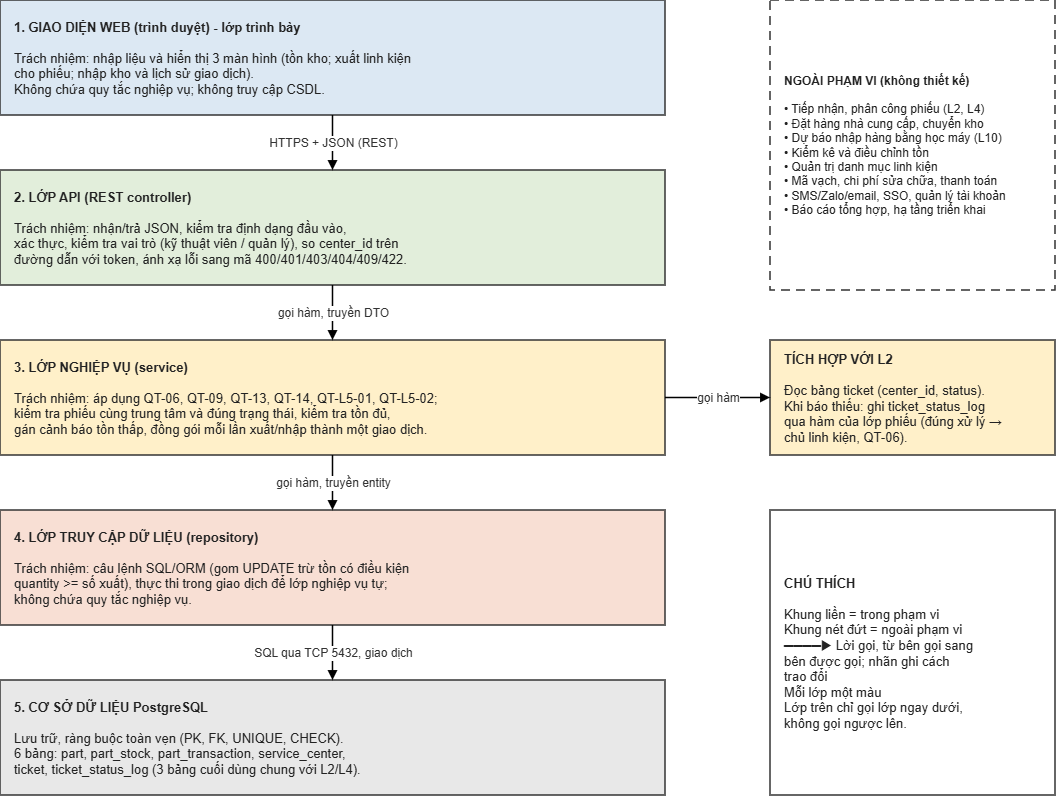
This is docs/export/architecture.png from MinhTuan-png/smartcrm-2374802010543-spare-parts-warehouse, a draw.io export, as it was before one commit. Source tidied: cells renumbered, new cells last; positions are measured from the earlier drawing's top-left corner, leaving out a move shared by most shapes. The source it was exported from:
```xml
<mxGraphModel>
  <root>
    <mxCell id="0" />
    <mxCell id="1" parent="0" />
    <mxCell id="2" value="&lt;b&gt;1. GIAO DIỆN WEB (trình duyệt) - lớp trình bày&lt;/b&gt;&lt;br&gt;&lt;br&gt;Trách nhiệm: nhập liệu và hiển thị 3 màn hình (tồn kho; xuất linh kiện&lt;br&gt;cho phiếu; nhập kho và lịch sử giao dịch).&lt;br&gt;Không chứa quy tắc nghiệp vụ; không truy cập CSDL." style="rounded=0;whiteSpace=wrap;html=1;align=left;verticalAlign=middle;spacingLeft=12;spacingRight=10;fontSize=13;fontColor=#222222;strokeColor=#333333;strokeWidth=1.5;fillColor=#DCE8F3;" parent="1" vertex="1">
      <mxGeometry width="665" height="115" as="geometry" />
    </mxCell>
    <mxCell id="3" value="&lt;b&gt;2. LỚP API (REST controller)&lt;/b&gt;&lt;br&gt;&lt;br&gt;Trách nhiệm: nhận/trả JSON, kiểm tra định dạng đầu vào,&lt;br&gt;xác thực, kiểm tra vai trò (kỹ thuật viên / quản lý), so center_id trên&lt;br&gt;đường dẫn với token, ánh xạ lỗi sang mã 400/401/403/404/409/422." style="rounded=0;whiteSpace=wrap;html=1;align=left;verticalAlign=middle;spacingLeft=12;spacingRight=10;fontSize=13;fontColor=#222222;strokeColor=#333333;strokeWidth=1.5;fillColor=#E2EEDB;" parent="1" vertex="1">
      <mxGeometry y="170" width="665" height="115" as="geometry" />
    </mxCell>
    <mxCell id="4" value="&lt;b&gt;3. LỚP NGHIỆP VỤ (service)&lt;/b&gt;&lt;br&gt;&lt;br&gt;Trách nhiệm: áp dụng QT-06, QT-09, QT-13, QT-14, QT-L5-01, QT-L5-02;&lt;br&gt;kiểm tra phiếu cùng trung tâm và đúng trạng thái, kiểm tra tồn đủ,&lt;br&gt;gán cảnh báo tồn thấp, đồng gói mỗi lần xuất/nhập thành một giao dịch." style="rounded=0;whiteSpace=wrap;html=1;align=left;verticalAlign=middle;spacingLeft=12;spacingRight=10;fontSize=13;fontColor=#222222;strokeColor=#333333;strokeWidth=1.5;fillColor=#FFF0C9;" parent="1" vertex="1">
      <mxGeometry y="340" width="665" height="115" as="geometry" />
    </mxCell>
    <mxCell id="5" value="&lt;b&gt;4. LỚP TRUY CẬP DỮ LIỆU (repository)&lt;/b&gt;&lt;br&gt;&lt;br&gt;Trách nhiệm: câu lệnh SQL/ORM (gom UPDATE trừ tồn có điều kiện&lt;br&gt;quantity &amp;gt;= số xuất), thực thi trong giao dịch để lớp nghiệp vụ tự;&lt;br&gt;không chứa quy tắc nghiệp vụ." style="rounded=0;whiteSpace=wrap;html=1;align=left;verticalAlign=middle;spacingLeft=12;spacingRight=10;fontSize=13;fontColor=#222222;strokeColor=#333333;strokeWidth=1.5;fillColor=#F8DFD4;" parent="1" vertex="1">
      <mxGeometry y="510" width="665" height="115" as="geometry" />
    </mxCell>
    <mxCell id="6" value="&lt;b&gt;5. CƠ SỞ DỮ LIỆU PostgreSQL&lt;/b&gt;&lt;br&gt;&lt;br&gt;Lưu trữ, ràng buộc toàn vẹn (PK, FK, UNIQUE, CHECK).&lt;br&gt;6 bảng: part, part_stock, part_transaction, service_center,&lt;br&gt;ticket, ticket_status_log (3 bảng cuối dùng chung với L2/L4)." style="rounded=0;whiteSpace=wrap;html=1;align=left;verticalAlign=middle;spacingLeft=12;spacingRight=10;fontSize=13;fontColor=#222222;strokeColor=#333333;strokeWidth=1.5;fillColor=#E8E8E8;" parent="1" vertex="1">
      <mxGeometry y="680" width="665" height="115" as="geometry" />
    </mxCell>
    <mxCell id="7" value="&lt;b&gt;NGOÀI PHẠM VI (không thiết kế)&lt;/b&gt;&lt;br&gt;&lt;br&gt;• Tiếp nhận, phân công phiếu (L2, L4)&lt;br&gt;• Đặt hàng nhà cung cấp, chuyển kho&lt;br&gt;• Dự báo nhập hàng bằng học máy (L10)&lt;br&gt;• Kiểm kê và điều chỉnh tồn&lt;br&gt;• Quản trị danh mục linh kiện&lt;br&gt;• Mã vạch, chi phí sửa chữa, thanh toán&lt;br&gt;• SMS/Zalo/email, SSO, quản lý tài khoản&lt;br&gt;• Báo cáo tổng hợp, hạ tầng triển khai" style="rounded=0;whiteSpace=wrap;html=1;align=left;verticalAlign=middle;spacingLeft=12;spacingRight=8;fontSize=12;fontColor=#222222;strokeColor=#333333;strokeWidth=1.5;dashed=1;dashPattern=6 4;fillColor=#FFFFFF;" parent="1" vertex="1">
      <mxGeometry x="770" width="285" height="290" as="geometry" />
    </mxCell>
    <mxCell id="8" value="&lt;b&gt;TÍCH HỢP VỚI L2&lt;/b&gt;&lt;br&gt;&lt;br&gt;Đọc bảng ticket (center_id, status).&lt;br&gt;Khi báo thiếu: ghi ticket_status_log&lt;br&gt;qua hàm của lớp phiếu (đúng xử lý →&lt;br&gt;chủ linh kiện, QT-06)." style="rounded=0;whiteSpace=wrap;html=1;align=left;verticalAlign=middle;spacingLeft=12;spacingRight=10;fontSize=13;fontColor=#222222;strokeColor=#333333;strokeWidth=1.5;fillColor=#FFF0C9;" parent="1" vertex="1">
      <mxGeometry x="770" y="340" width="285" height="115" as="geometry" />
    </mxCell>
    <mxCell id="9" value="&lt;b&gt;CHÚ THÍCH&lt;/b&gt;&lt;br&gt;&lt;br&gt;Khung liền = trong phạm vi&lt;br&gt;Khung nét đứt = ngoài phạm vi&lt;br&gt;────▶ Lời gọi, từ bên gọi sang&lt;br&gt;bên được gọi; nhãn ghi cách&lt;br&gt;trao đổi&lt;br&gt;Mỗi lớp một màu&lt;br&gt;Lớp trên chỉ gọi lớp ngay dưới,&lt;br&gt;không gọi ngược lên." style="rounded=0;whiteSpace=wrap;html=1;align=left;verticalAlign=middle;spacingLeft=12;spacingRight=10;fontSize=13;fontColor=#222222;strokeColor=#333333;strokeWidth=1.5;fillColor=#FFFFFF;" parent="1" vertex="1">
      <mxGeometry x="770" y="510" width="285" height="285" as="geometry" />
    </mxCell>
    <mxCell id="10" value="HTTPS + JSON (REST)" style="edgeStyle=orthogonalEdgeStyle;rounded=0;jettySize=auto;html=1;endArrow=block;endFill=1;strokeWidth=1.5;fontSize=12;fontColor=#333333;labelBackgroundColor=#FFFFFF;" parent="1" edge="1" source="2" target="3">
      <mxGeometry relative="1" as="geometry" />
    </mxCell>
    <mxCell id="11" value="gọi hàm, truyền DTO" style="edgeStyle=orthogonalEdgeStyle;rounded=0;jettySize=auto;html=1;endArrow=block;endFill=1;strokeWidth=1.5;fontSize=12;fontColor=#333333;" parent="1" edge="1" source="3" target="4">
      <mxGeometry relative="1" as="geometry" />
    </mxCell>
    <mxCell id="12" value="gọi hàm, truyền entity" style="edgeStyle=orthogonalEdgeStyle;rounded=0;jettySize=auto;html=1;endArrow=block;endFill=1;strokeWidth=1.5;fontSize=12;fontColor=#333333;" parent="1" edge="1" source="4" target="5">
      <mxGeometry relative="1" as="geometry" />
    </mxCell>
    <mxCell id="13" value="SQL qua TCP 5432, giao dịch" style="edgeStyle=orthogonalEdgeStyle;rounded=0;jettySize=auto;html=1;endArrow=block;endFill=1;strokeWidth=1.5;fontSize=12;fontColor=#333333;" parent="1" edge="1" source="5" target="6">
      <mxGeometry relative="1" as="geometry" />
    </mxCell>
    <mxCell id="14" value="gọi hàm" style="edgeStyle=orthogonalEdgeStyle;rounded=0;jettySize=auto;html=1;endArrow=block;endFill=1;strokeWidth=1.5;fontSize=12;fontColor=#333333;" parent="1" edge="1" source="4" target="8">
      <mxGeometry relative="1" as="geometry" />
    </mxCell>
  </root>
</mxGraphModel>
```
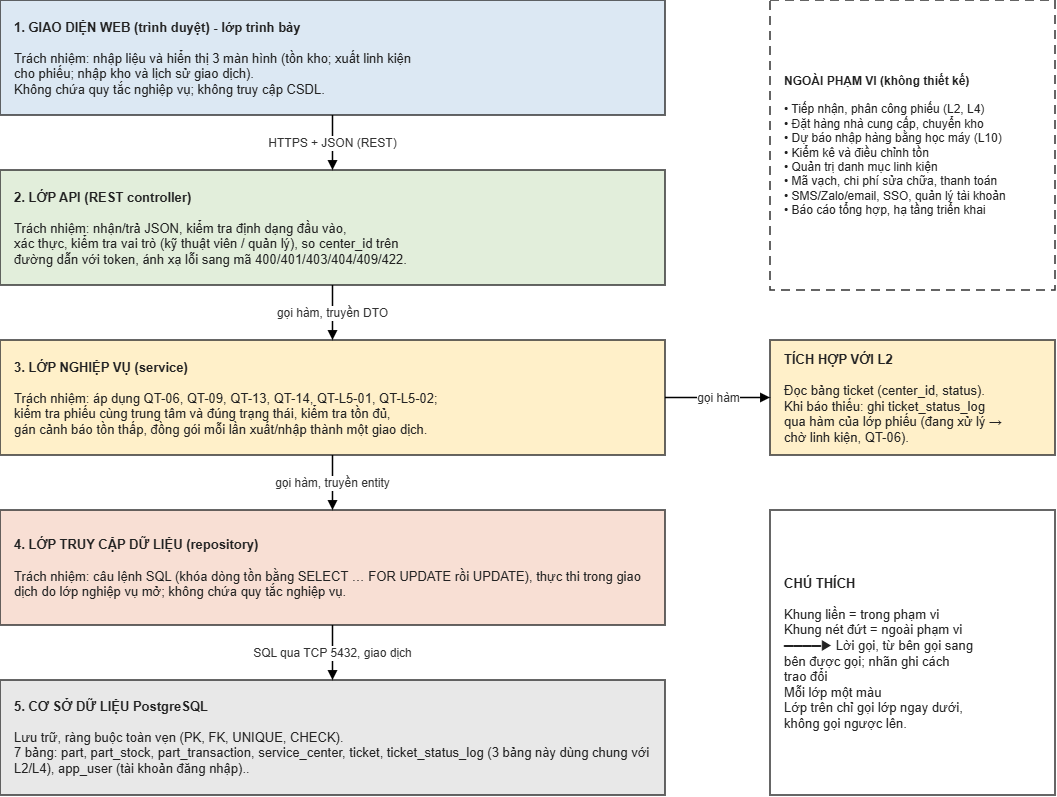
Later version of the same file.

Commit message:
docs: cập nhật sơ đồ kiến trúc cho khớp phần đã hiện thực

The edit, as a diff of the source:
```diff
@@ -11,16 +11,16 @@
     <mxCell id="4" value="&lt;b&gt;3. LỚP NGHIỆP VỤ (service)&lt;/b&gt;&lt;br&gt;&lt;br&gt;Trách nhiệm: áp dụng QT-06, QT-09, QT-13, QT-14, QT-L5-01, QT-L5-02;&lt;br&gt;kiểm tra phiếu cùng trung tâm và đúng trạng thái, kiểm tra tồn đủ,&lt;br&gt;gán cảnh báo tồn thấp, đồng gói mỗi lần xuất/nhập thành một giao dịch." style="rounded=0;whiteSpace=wrap;html=1;align=left;verticalAlign=middle;spacingLeft=12;spacingRight=10;fontSize=13;fontColor=#222222;strokeColor=#333333;strokeWidth=1.5;fillColor=#FFF0C9;" parent="1" vertex="1">
       <mxGeometry y="340" width="665" height="115" as="geometry" />
     </mxCell>
-    <mxCell id="5" value="&lt;b&gt;4. LỚP TRUY CẬP DỮ LIỆU (repository)&lt;/b&gt;&lt;br&gt;&lt;br&gt;Trách nhiệm: câu lệnh SQL/ORM (gom UPDATE trừ tồn có điều kiện&lt;br&gt;quantity &amp;gt;= số xuất), thực thi trong giao dịch để lớp nghiệp vụ tự;&lt;br&gt;không chứa quy tắc nghiệp vụ." style="rounded=0;whiteSpace=wrap;html=1;align=left;verticalAlign=middle;spacingLeft=12;spacingRight=10;fontSize=13;fontColor=#222222;strokeColor=#333333;strokeWidth=1.5;fillColor=#F8DFD4;" parent="1" vertex="1">
+    <mxCell id="5" value="&lt;b&gt;4. LỚP TRUY CẬP DỮ LIỆU (repository)&lt;/b&gt;&lt;br&gt;&lt;br&gt;Trách nhiệm: câu lệnh SQL (khóa dòng tồn bằng SELECT … FOR UPDATE rồi UPDATE), thực thi trong giao dịch do lớp nghiệp vụ mở; không chứa quy tắc nghiệp vụ." style="rounded=0;whiteSpace=wrap;html=1;align=left;verticalAlign=middle;spacingLeft=12;spacingRight=10;fontSize=13;fontColor=#222222;strokeColor=#333333;strokeWidth=1.5;fillColor=#F8DFD4;" parent="1" vertex="1">
       <mxGeometry y="510" width="665" height="115" as="geometry" />
     </mxCell>
-    <mxCell id="6" value="&lt;b&gt;5. CƠ SỞ DỮ LIỆU PostgreSQL&lt;/b&gt;&lt;br&gt;&lt;br&gt;Lưu trữ, ràng buộc toàn vẹn (PK, FK, UNIQUE, CHECK).&lt;br&gt;6 bảng: part, part_stock, part_transaction, service_center,&lt;br&gt;ticket, ticket_status_log (3 bảng cuối dùng chung với L2/L4)." style="rounded=0;whiteSpace=wrap;html=1;align=left;verticalAlign=middle;spacingLeft=12;spacingRight=10;fontSize=13;fontColor=#222222;strokeColor=#333333;strokeWidth=1.5;fillColor=#E8E8E8;" parent="1" vertex="1">
+    <mxCell id="6" value="&lt;b&gt;5. CƠ SỞ DỮ LIỆU PostgreSQL&lt;/b&gt;&lt;br&gt;&lt;br&gt;Lưu trữ, ràng buộc toàn vẹn (PK, FK, UNIQUE, CHECK).&lt;br&gt;7 bảng: part, part_stock, part_transaction, service_center, ticket, ticket_status_log (3 bảng này dùng chung với L2/L4), app_user (tài khoản đăng nhập).." style="rounded=0;whiteSpace=wrap;html=1;align=left;verticalAlign=middle;spacingLeft=12;spacingRight=10;fontSize=13;fontColor=#222222;strokeColor=#333333;strokeWidth=1.5;fillColor=#E8E8E8;" parent="1" vertex="1">
       <mxGeometry y="680" width="665" height="115" as="geometry" />
     </mxCell>
     <mxCell id="7" value="&lt;b&gt;NGOÀI PHẠM VI (không thiết kế)&lt;/b&gt;&lt;br&gt;&lt;br&gt;• Tiếp nhận, phân công phiếu (L2, L4)&lt;br&gt;• Đặt hàng nhà cung cấp, chuyển kho&lt;br&gt;• Dự báo nhập hàng bằng học máy (L10)&lt;br&gt;• Kiểm kê và điều chỉnh tồn&lt;br&gt;• Quản trị danh mục linh kiện&lt;br&gt;• Mã vạch, chi phí sửa chữa, thanh toán&lt;br&gt;• SMS/Zalo/email, SSO, quản lý tài khoản&lt;br&gt;• Báo cáo tổng hợp, hạ tầng triển khai" style="rounded=0;whiteSpace=wrap;html=1;align=left;verticalAlign=middle;spacingLeft=12;spacingRight=8;fontSize=12;fontColor=#222222;strokeColor=#333333;strokeWidth=1.5;dashed=1;dashPattern=6 4;fillColor=#FFFFFF;" parent="1" vertex="1">
       <mxGeometry x="770" width="285" height="290" as="geometry" />
     </mxCell>
-    <mxCell id="8" value="&lt;b&gt;TÍCH HỢP VỚI L2&lt;/b&gt;&lt;br&gt;&lt;br&gt;Đọc bảng ticket (center_id, status).&lt;br&gt;Khi báo thiếu: ghi ticket_status_log&lt;br&gt;qua hàm của lớp phiếu (đúng xử lý →&lt;br&gt;chủ linh kiện, QT-06)." style="rounded=0;whiteSpace=wrap;html=1;align=left;verticalAlign=middle;spacingLeft=12;spacingRight=10;fontSize=13;fontColor=#222222;strokeColor=#333333;strokeWidth=1.5;fillColor=#FFF0C9;" parent="1" vertex="1">
+    <mxCell id="8" value="&lt;b&gt;TÍCH HỢP VỚI L2&lt;/b&gt;&lt;br&gt;&lt;br&gt;Đọc bảng ticket (center_id, status).&lt;br&gt;Khi báo thiếu: ghi ticket_status_log&lt;br&gt;qua hàm của lớp phiếu (đang xử lý →&lt;br&gt;chờ linh kiện, QT-06)." style="rounded=0;whiteSpace=wrap;html=1;align=left;verticalAlign=middle;spacingLeft=12;spacingRight=10;fontSize=13;fontColor=#222222;strokeColor=#333333;strokeWidth=1.5;fillColor=#FFF0C9;" parent="1" vertex="1">
       <mxGeometry x="770" y="340" width="285" height="115" as="geometry" />
     </mxCell>
     <mxCell id="9" value="&lt;b&gt;CHÚ THÍCH&lt;/b&gt;&lt;br&gt;&lt;br&gt;Khung liền = trong phạm vi&lt;br&gt;Khung nét đứt = ngoài phạm vi&lt;br&gt;────▶ Lời gọi, từ bên gọi sang&lt;br&gt;bên được gọi; nhãn ghi cách&lt;br&gt;trao đổi&lt;br&gt;Mỗi lớp một màu&lt;br&gt;Lớp trên chỉ gọi lớp ngay dưới,&lt;br&gt;không gọi ngược lên." style="rounded=0;whiteSpace=wrap;html=1;align=left;verticalAlign=middle;spacingLeft=12;spacingRight=10;fontSize=13;fontColor=#222222;strokeColor=#333333;strokeWidth=1.5;fillColor=#FFFFFF;" parent="1" vertex="1">
```
